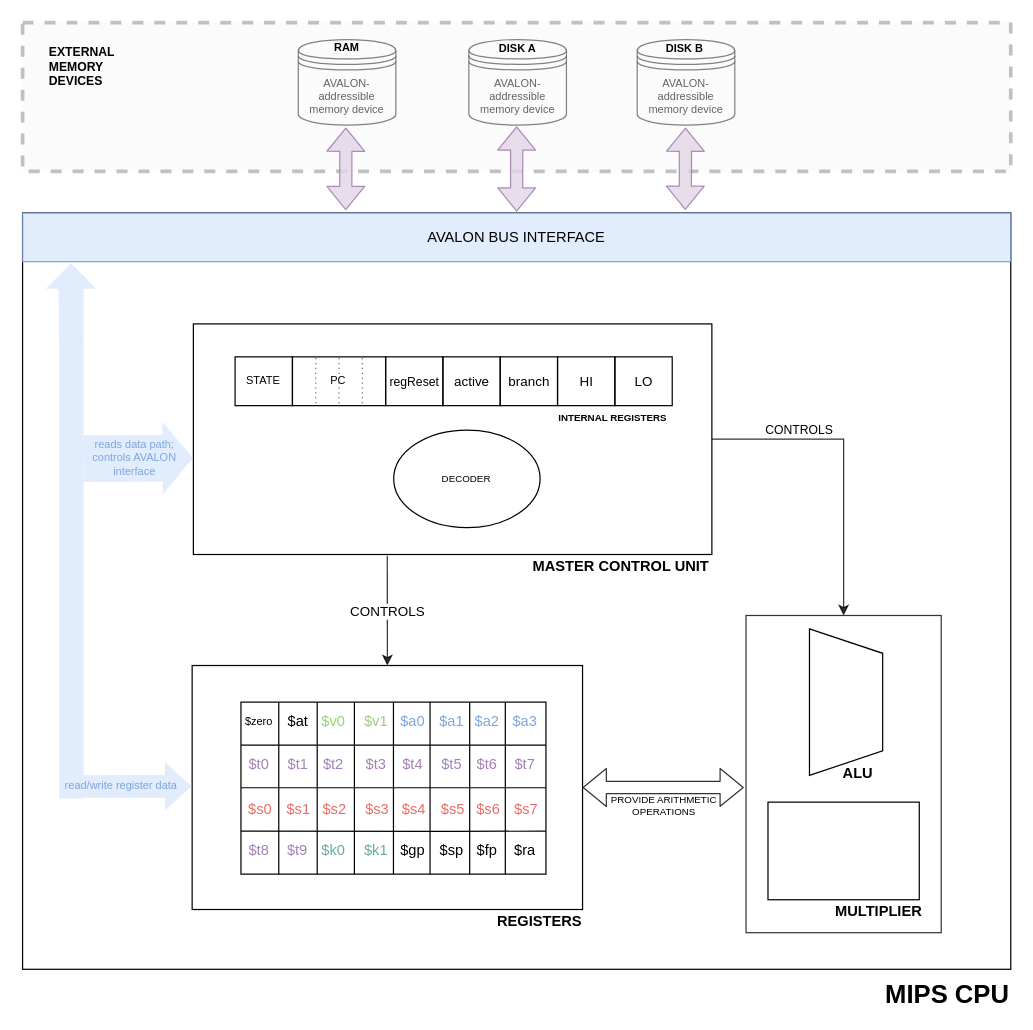
The draw.io diagram docs/Architecture_Diagram.drawio in JosiahMendes/MIPS32-T501, before the edit. Source tidied: cells renumbered, new cells numbered last; positions are measured from the earlier drawing's top-left corner, leaving out a move shared by most shapes. Both pictures are drawn from the tidied source at 122%, with x=0, y=0 at pixel (22, 22).
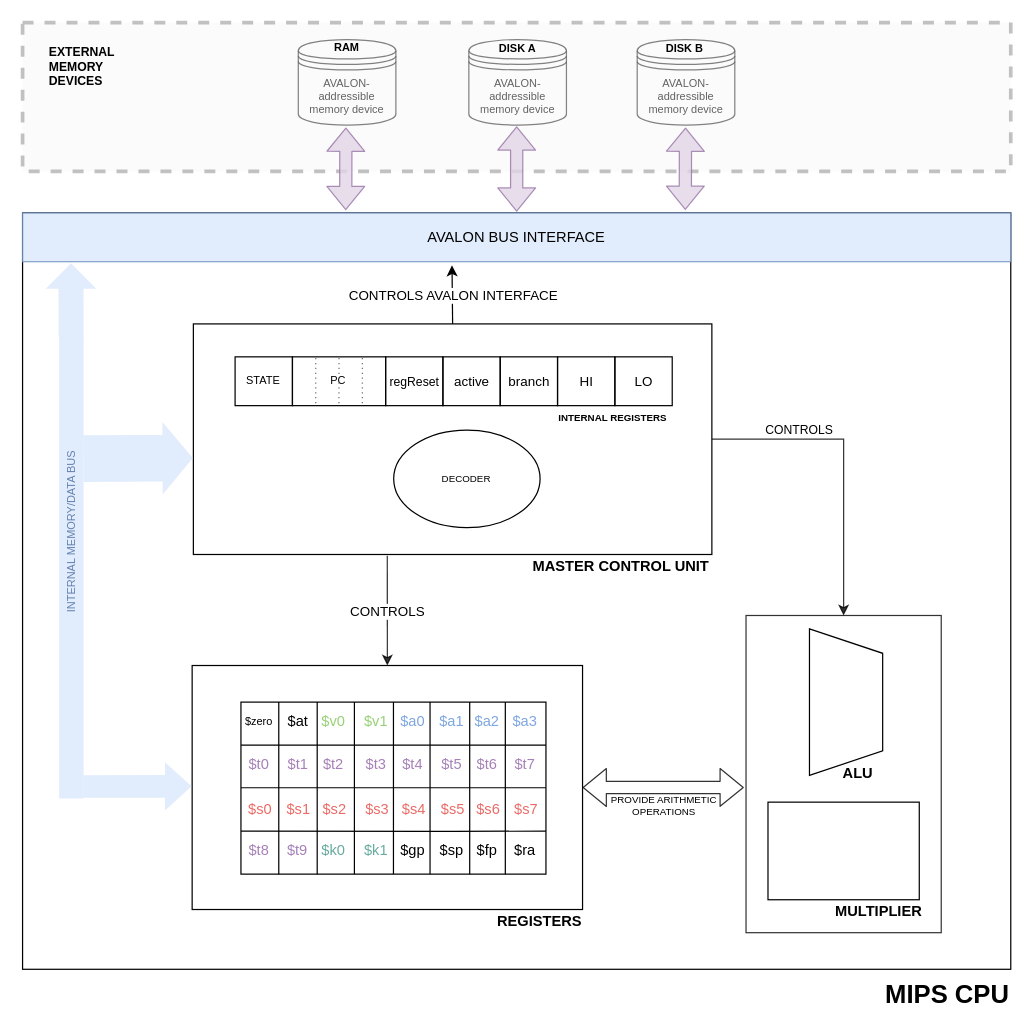
After the change.

Commit message:
diagram: changed bus name

Unchanged cells that the change refers to:
```xml
<mxCell id="57" style="rounded=0;whiteSpace=wrap;html=1;fillColor=none;" parent="1" vertex="1">
  <mxGeometry x="140" y="247" width="425" height="189" as="geometry" />
</mxCell>
```

Diff of the diagram source:
```diff
@@
-    <mxCell id="79" value="reads data path; controls AVALON interface" style="text;html=1;strokeColor=none;fillColor=none;align=center;verticalAlign=middle;whiteSpace=wrap;rounded=0;fontSize=9;opacity=80;fontColor=#7EA6E0;" parent="1" vertex="1">
-      <mxGeometry x="42" y="347" width="100" height="20" as="geometry" />
+    <mxCell id="79" value="INTERNAL MEMORY/DATA BUS" style="text;html=1;strokeColor=none;fillColor=none;align=center;verticalAlign=middle;whiteSpace=wrap;rounded=0;fontSize=9;opacity=80;rotation=-90;fontColor=#6382B0;" parent="1" vertex="1">
+      <mxGeometry x="-40" y="408" width="160" height="19" as="geometry" />
     </mxCell>
-    <mxCell id="80" value="read/write register data" style="text;html=1;strokeColor=none;fillColor=none;align=center;verticalAlign=middle;whiteSpace=wrap;rounded=0;fontSize=9;opacity=80;fontColor=#7EA6E0;" parent="1" vertex="1">
-      <mxGeometry x="31" y="616" width="100" height="20" as="geometry" />
-    </mxCell>
@@
+    <mxCell id="99" style="endArrow=classic;html=1;fontColor=#6382B0;exitX=0.5;exitY=0;exitDx=0;exitDy=0;" parent="1" edge="1" source="57">
+      <mxGeometry relative="1" as="geometry">
+        <mxPoint x="352" y="199" as="targetPoint" />
+      </mxGeometry>
+    </mxCell>
+    <mxCell id="100" value="CONTROLS AVALON INTERFACE" style="edgeLabel;html=1;align=center;verticalAlign=middle;" parent="99" vertex="1">
+      <mxGeometry relative="1" as="geometry" />
+    </mxCell>
```
